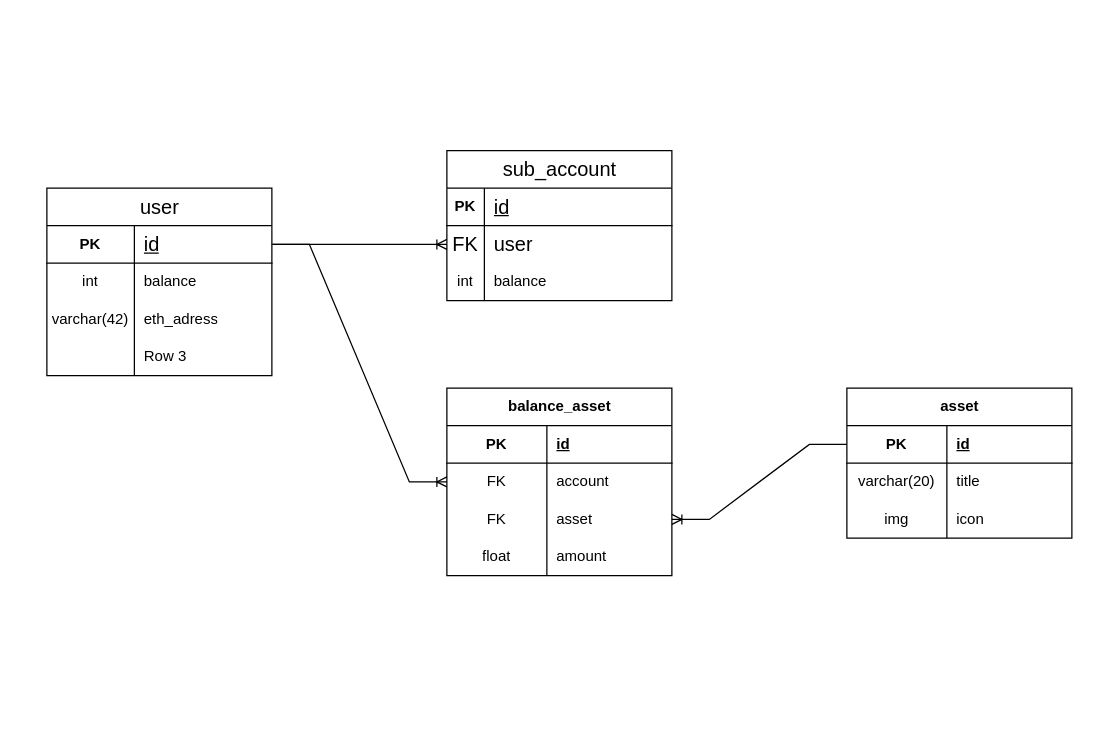
This is dCEX_ER.drawio from on3ginnn/DCEX, a draw.io file, before an edit. Source tidied: cells renumbered, new cells numbered last; positions are measured from the earlier drawing's top-left corner, leaving out a move shared by most shapes. Both pictures are drawn from the tidied source at 125%, with x=0, y=0 at pixel (46, 150).
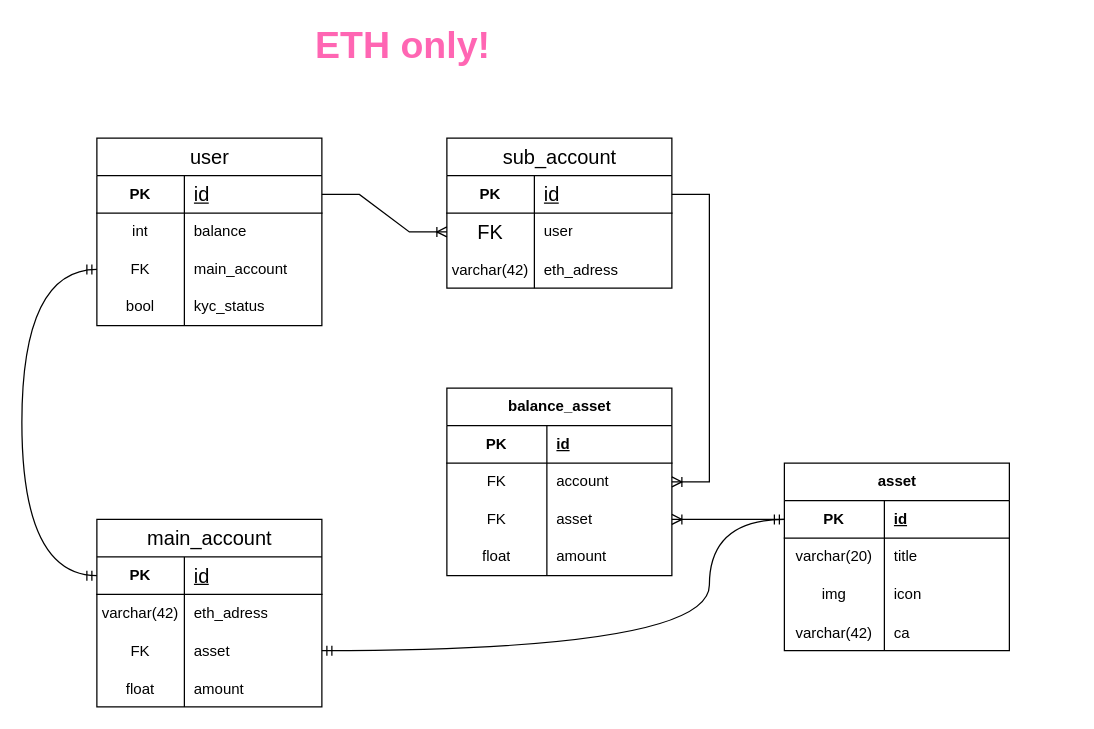
The same diagram, later.

The change refers to these unchanged cells:
```xml
<mxCell id="3" style="shape=tableRow;horizontal=0;startSize=0;swimlaneHead=0;swimlaneBody=0;fillColor=none;points=[[0,0.5],[1,0.5]];portConstraint=eastwest;top=0;left=0;right=0;bottom=1;" parent="2" vertex="1">
  <mxGeometry y="30" width="180" height="30" as="geometry" />
</mxCell>
<mxCell id="9" style="shape=tableRow;horizontal=0;startSize=0;swimlaneHead=0;swimlaneBody=0;fillColor=none;points=[[0,0.5],[1,0.5]];portConstraint=eastwest;top=0;left=0;right=0;bottom=0;" parent="2" vertex="1">
  <mxGeometry y="90" width="180" height="30" as="geometry" />
</mxCell>
<mxCell id="12" style="shape=tableRow;horizontal=0;startSize=0;swimlaneHead=0;swimlaneBody=0;fillColor=none;top=0;left=0;right=0;bottom=0;" parent="2" vertex="1">
  <mxGeometry y="120" width="180" height="30" as="geometry" />
</mxCell>
<mxCell id="16" style="shape=tableRow;horizontal=0;startSize=0;swimlaneHead=0;swimlaneBody=0;fillColor=none;points=[[0,0.5],[1,0.5]];portConstraint=eastwest;top=0;left=0;right=0;bottom=1;" parent="15" vertex="1">
  <mxGeometry y="30" width="180" height="30" as="geometry" />
</mxCell>
<mxCell id="19" style="shape=tableRow;horizontal=0;startSize=0;swimlaneHead=0;swimlaneBody=0;fillColor=none;points=[[0,0.5],[1,0.5]];portConstraint=eastwest;top=0;left=0;right=0;bottom=0;" parent="15" vertex="1">
  <mxGeometry y="60" width="180" height="30" as="geometry" />
</mxCell>
<mxCell id="30" style="shape=tableRow;horizontal=0;startSize=0;swimlaneHead=0;swimlaneBody=0;fillColor=none;points=[[0,0.5],[1,0.5]];portConstraint=eastwest;top=0;left=0;right=0;bottom=0;" parent="26" vertex="1">
  <mxGeometry y="60" width="180" height="30" as="geometry" />
</mxCell>
<mxCell id="33" style="shape=tableRow;horizontal=0;startSize=0;swimlaneHead=0;swimlaneBody=0;fillColor=none;points=[[0,0.5],[1,0.5]];portConstraint=eastwest;top=0;left=0;right=0;bottom=0;" parent="26" vertex="1">
  <mxGeometry y="90" width="180" height="30" as="geometry" />
</mxCell>
<mxCell id="41" style="shape=tableRow;horizontal=0;startSize=0;swimlaneHead=0;swimlaneBody=0;fillColor=none;points=[[0,0.5],[1,0.5]];portConstraint=eastwest;top=0;left=0;right=0;bottom=1;" parent="40" vertex="1">
  <mxGeometry y="30" width="180" height="30" as="geometry" />
</mxCell>
```

Diff of the diagram source:
```diff
@@
     <mxCell id="2" value="&lt;span style=&quot;font-size: 16px; font-weight: 400;&quot;&gt;user&lt;/span&gt;" style="shape=table;startSize=30;childLayout=tableLayout;rowLines=0;fontStyle=1;align=center;html=1;" parent="1" vertex="1">
-      <mxGeometry y="30" width="180" height="150" as="geometry" />
+      <mxGeometry x="40" y="-10" width="180" height="150" as="geometry" />
     </mxCell>
@@
-    <mxCell id="10" value="varchar(42)" style="shape=partialRectangle;fillColor=none;top=0;left=0;bottom=0;right=0;overflow=hidden;whiteSpace=wrap;html=1;" parent="9" vertex="1">
+    <mxCell id="10" value="FK" style="shape=partialRectangle;fillColor=none;top=0;left=0;bottom=0;right=0;overflow=hidden;whiteSpace=wrap;html=1;" parent="9" vertex="1">
       <mxGeometry width="70" height="30" as="geometry" />
     </mxCell>
-    <mxCell id="11" value="eth_adress" style="shape=partialRectangle;fillColor=none;top=0;left=0;bottom=0;right=0;align=left;spacingLeft=6;overflow=hidden;whiteSpace=wrap;html=1;" parent="9" vertex="1">
+    <mxCell id="11" value="&lt;span style=&quot;text-align: center; white-space: nowrap;&quot;&gt;&lt;font style=&quot;font-size: 12px;&quot;&gt;main_account&lt;/font&gt;&lt;/span&gt;" style="shape=partialRectangle;fillColor=none;top=0;left=0;bottom=0;right=0;align=left;spacingLeft=6;overflow=hidden;whiteSpace=wrap;html=1;" parent="9" vertex="1">
       <mxGeometry x="70" width="110" height="30" as="geometry" />
     </mxCell>
@@
-    <mxCell id="13" style="shape=partialRectangle;fillColor=none;top=0;left=0;bottom=0;right=0;overflow=hidden;whiteSpace=wrap;html=1;" parent="12" vertex="1">
+    <mxCell id="13" value="bool" style="shape=partialRectangle;fillColor=none;top=0;left=0;bottom=0;right=0;overflow=hidden;whiteSpace=wrap;html=1;" parent="12" vertex="1">
       <mxGeometry width="70" height="30" as="geometry" />
     </mxCell>
-    <mxCell id="14" value="Row 3" style="shape=partialRectangle;fillColor=none;top=0;left=0;bottom=0;right=0;align=left;spacingLeft=6;overflow=hidden;whiteSpace=wrap;html=1;" parent="12" vertex="1">
+    <mxCell id="14" value="kyc_status" style="shape=partialRectangle;fillColor=none;top=0;left=0;bottom=0;right=0;align=left;spacingLeft=6;overflow=hidden;whiteSpace=wrap;html=1;" parent="12" vertex="1">
       <mxGeometry x="70" width="110" height="30" as="geometry" />
     </mxCell>
     <mxCell id="15" value="&lt;span style=&quot;font-size: 16px; font-weight: 400;&quot;&gt;sub_account&lt;/span&gt;" style="shape=table;startSize=30;childLayout=tableLayout;rowLines=0;fontStyle=1;align=center;html=1;" parent="1" vertex="1">
-      <mxGeometry x="320" width="180" height="120" as="geometry" />
+      <mxGeometry x="320" y="-10" width="180" height="120" as="geometry" />
     </mxCell>
@@
     <mxCell id="17" value="PK" style="shape=partialRectangle;fillColor=none;top=0;left=0;bottom=0;right=0;fontStyle=1;overflow=hidden;whiteSpace=wrap;html=1;" parent="16" vertex="1">
-      <mxGeometry width="30" height="30" as="geometry" />
+      <mxGeometry width="70" height="30" as="geometry" />
     </mxCell>
     <mxCell id="18" value="&lt;span style=&quot;font-size: 16px; font-weight: 400;&quot;&gt;id&lt;/span&gt;" style="shape=partialRectangle;fillColor=none;top=0;left=0;bottom=0;right=0;align=left;spacingLeft=6;fontStyle=5;overflow=hidden;whiteSpace=wrap;html=1;" parent="16" vertex="1">
-      <mxGeometry x="30" width="150" height="30" as="geometry" />
+      <mxGeometry x="70" width="110" height="30" as="geometry" />
     </mxCell>
@@
     <mxCell id="20" value="&lt;span style=&quot;font-size: 16px;&quot;&gt;FK&lt;/span&gt;" style="shape=partialRectangle;fillColor=none;top=0;left=0;bottom=0;right=0;overflow=hidden;whiteSpace=wrap;html=1;" parent="19" vertex="1">
-      <mxGeometry width="30" height="30" as="geometry" />
+      <mxGeometry width="70" height="30" as="geometry" />
     </mxCell>
-    <mxCell id="21" value="&lt;span style=&quot;font-size: 16px;&quot;&gt;user&lt;/span&gt;" style="shape=partialRectangle;fillColor=none;top=0;left=0;bottom=0;right=0;align=left;spacingLeft=6;overflow=hidden;whiteSpace=wrap;html=1;" parent="19" vertex="1">
-      <mxGeometry x="30" width="150" height="30" as="geometry" />
+    <mxCell id="21" value="&lt;font style=&quot;font-size: 12px;&quot;&gt;user&lt;/font&gt;" style="shape=partialRectangle;fillColor=none;top=0;left=0;bottom=0;right=0;align=left;spacingLeft=6;overflow=hidden;whiteSpace=wrap;html=1;" parent="19" vertex="1">
+      <mxGeometry x="70" width="110" height="30" as="geometry" />
     </mxCell>
-    <mxCell id="22" style="shape=tableRow;horizontal=0;startSize=0;swimlaneHead=0;swimlaneBody=0;fillColor=none;top=0;left=0;right=0;bottom=0;" parent="15" vertex="1">
-      <mxGeometry y="90" width="180" height="30" as="geometry" />
-    </mxCell>
-    <mxCell id="23" value="int" style="shape=partialRectangle;fillColor=none;top=0;left=0;bottom=0;right=0;overflow=hidden;whiteSpace=wrap;html=1;" parent="22" vertex="1">
-      <mxGeometry width="30" height="30" as="geometry" />
-    </mxCell>
-    <mxCell id="24" value="balance" style="shape=partialRectangle;fillColor=none;top=0;left=0;bottom=0;right=0;align=left;spacingLeft=6;overflow=hidden;whiteSpace=wrap;html=1;" parent="22" vertex="1">
-      <mxGeometry x="30" width="150" height="30" as="geometry" />
-    </mxCell>
+    <mxCell id="51" style="shape=tableRow;horizontal=0;startSize=0;swimlaneHead=0;swimlaneBody=0;fillColor=none;top=0;left=0;right=0;bottom=0;" parent="15" vertex="1">
+      <mxGeometry y="90" width="180" height="30" as="geometry" />
+    </mxCell>
+    <mxCell id="52" value="varchar(42)" style="shape=partialRectangle;fillColor=none;top=0;left=0;bottom=0;right=0;overflow=hidden;" parent="51" vertex="1">
+      <mxGeometry width="70" height="30" as="geometry" />
+    </mxCell>
+    <mxCell id="53" value="eth_adress" style="shape=partialRectangle;fillColor=none;top=0;left=0;bottom=0;right=0;align=left;spacingLeft=6;overflow=hidden;" parent="51" vertex="1">
+      <mxGeometry x="70" width="110" height="30" as="geometry" />
+    </mxCell>
@@
-    <mxCell id="39" style="edgeStyle=entityRelationEdgeStyle;fontSize=12;html=1;endArrow=ERoneToMany;rounded=0;exitX=1;exitY=0.5;exitDx=0;exitDy=0;entryX=0;entryY=0.5;entryDx=0;entryDy=0;" parent="1" edge="1" source="3" target="30">
+    <mxCell id="39" style="edgeStyle=entityRelationEdgeStyle;fontSize=12;html=1;endArrow=ERoneToMany;rounded=0;entryX=1;entryY=0.5;entryDx=0;entryDy=0;exitX=1;exitY=0.5;exitDx=0;exitDy=0;" parent="1" edge="1" source="16" target="30">
       <mxGeometry relative="1" as="geometry" />
     </mxCell>
+    <mxCell id="50" style="edgeStyle=entityRelationEdgeStyle;fontSize=12;html=1;endArrow=ERoneToMany;rounded=0;entryX=1;entryY=0.5;entryDx=0;entryDy=0;exitX=0;exitY=0.5;exitDx=0;exitDy=0;" parent="1" edge="1" source="41" target="33">
+      <mxGeometry relative="1" as="geometry" />
+    </mxCell>
     <mxCell id="40" value="asset" style="shape=table;startSize=30;childLayout=tableLayout;rowLines=0;fontStyle=1;align=center;html=1;" parent="1" vertex="1">
-      <mxGeometry x="640" y="190" width="180" height="120" as="geometry" />
+      <mxGeometry x="590" y="250" width="180" height="150" as="geometry" />
     </mxCell>
@@
-    <mxCell id="50" style="edgeStyle=entityRelationEdgeStyle;fontSize=12;html=1;endArrow=ERoneToMany;rounded=0;entryX=1;entryY=0.5;entryDx=0;entryDy=0;exitX=0;exitY=0.5;exitDx=0;exitDy=0;" parent="1" edge="1" source="41" target="33">
-      <mxGeometry relative="1" as="geometry" />
-    </mxCell>
+    <mxCell id="54" style="shape=tableRow;horizontal=0;startSize=0;swimlaneHead=0;swimlaneBody=0;fillColor=none;top=0;left=0;right=0;bottom=0;" parent="40" vertex="1">
+      <mxGeometry y="120" width="180" height="30" as="geometry" />
+    </mxCell>
+    <mxCell id="55" value="varchar(42)" style="shape=partialRectangle;fillColor=none;top=0;left=0;bottom=0;right=0;overflow=hidden;" parent="54" vertex="1">
+      <mxGeometry width="80" height="30" as="geometry" />
+    </mxCell>
+    <mxCell id="56" value="ca" style="shape=partialRectangle;fillColor=none;top=0;left=0;bottom=0;right=0;align=left;spacingLeft=6;overflow=hidden;" parent="54" vertex="1">
+      <mxGeometry x="80" width="100" height="30" as="geometry" />
+    </mxCell>
+    <mxCell id="57" value="&lt;span style=&quot;font-size: 16px; font-weight: 400;&quot;&gt;main_account&lt;/span&gt;" style="shape=table;startSize=30;childLayout=tableLayout;rowLines=0;fontStyle=1;align=center;html=1;" parent="1" vertex="1">
+      <mxGeometry x="40" y="295" width="180" height="150" as="geometry" />
+    </mxCell>
+    <mxCell id="58" style="shape=tableRow;horizontal=0;startSize=0;swimlaneHead=0;swimlaneBody=0;fillColor=none;points=[[0,0.5],[1,0.5]];portConstraint=eastwest;top=0;left=0;right=0;bottom=1;" parent="57" vertex="1">
+      <mxGeometry y="30" width="180" height="30" as="geometry" />
+    </mxCell>
+    <mxCell id="59" value="PK" style="shape=partialRectangle;fillColor=none;top=0;left=0;bottom=0;right=0;fontStyle=1;overflow=hidden;whiteSpace=wrap;html=1;" parent="58" vertex="1">
+      <mxGeometry width="70" height="30" as="geometry" />
+    </mxCell>
+    <mxCell id="60" value="&lt;span style=&quot;font-size: 16px; font-weight: 400;&quot;&gt;id&lt;/span&gt;" style="shape=partialRectangle;fillColor=none;top=0;left=0;bottom=0;right=0;align=left;spacingLeft=6;fontStyle=5;overflow=hidden;whiteSpace=wrap;html=1;" parent="58" vertex="1">
+      <mxGeometry x="70" width="110" height="30" as="geometry" />
+    </mxCell>
+    <mxCell id="61" style="shape=tableRow;horizontal=0;startSize=0;swimlaneHead=0;swimlaneBody=0;fillColor=none;top=0;left=0;right=0;bottom=0;" parent="57" vertex="1">
+      <mxGeometry y="60" width="180" height="30" as="geometry" />
+    </mxCell>
+    <mxCell id="62" value="varchar(42)" style="shape=partialRectangle;fillColor=none;top=0;left=0;bottom=0;right=0;fontStyle=0;overflow=hidden;whiteSpace=wrap;html=1;" parent="61" vertex="1">
+      <mxGeometry width="70" height="30" as="geometry" />
+    </mxCell>
+    <mxCell id="63" value="eth_adress" style="shape=partialRectangle;fillColor=none;top=0;left=0;bottom=0;right=0;align=left;spacingLeft=6;fontStyle=0;overflow=hidden;whiteSpace=wrap;html=1;" parent="61" vertex="1">
+      <mxGeometry x="70" width="110" height="30" as="geometry" />
+    </mxCell>
+    <mxCell id="64" style="shape=tableRow;horizontal=0;startSize=0;swimlaneHead=0;swimlaneBody=0;fillColor=none;points=[[0,0.5],[1,0.5]];portConstraint=eastwest;top=0;left=0;right=0;bottom=0;" parent="57" vertex="1">
+      <mxGeometry y="90" width="180" height="30" as="geometry" />
+    </mxCell>
+    <mxCell id="65" value="FK" style="shape=partialRectangle;fillColor=none;top=0;left=0;bottom=0;right=0;overflow=hidden;" parent="64" vertex="1">
+      <mxGeometry width="70" height="30" as="geometry" />
+    </mxCell>
+    <mxCell id="66" value="asset" style="shape=partialRectangle;fillColor=none;top=0;left=0;bottom=0;right=0;align=left;spacingLeft=6;overflow=hidden;" parent="64" vertex="1">
+      <mxGeometry x="70" width="110" height="30" as="geometry" />
+    </mxCell>
+    <mxCell id="67" style="shape=tableRow;horizontal=0;startSize=0;swimlaneHead=0;swimlaneBody=0;fillColor=none;top=0;left=0;right=0;bottom=0;" parent="57" vertex="1">
+      <mxGeometry y="120" width="180" height="30" as="geometry" />
+    </mxCell>
+    <mxCell id="68" value="float" style="shape=partialRectangle;fillColor=none;top=0;left=0;bottom=0;right=0;overflow=hidden;" parent="67" vertex="1">
+      <mxGeometry width="70" height="30" as="geometry" />
+    </mxCell>
+    <mxCell id="69" value="amount" style="shape=partialRectangle;fillColor=none;top=0;left=0;bottom=0;right=0;align=left;spacingLeft=6;overflow=hidden;" parent="67" vertex="1">
+      <mxGeometry x="70" width="110" height="30" as="geometry" />
+    </mxCell>
+    <mxCell id="70" style="edgeStyle=orthogonalEdgeStyle;fontSize=12;html=1;endArrow=ERmandOne;startArrow=ERmandOne;rounded=0;exitX=0;exitY=0.5;exitDx=0;exitDy=0;entryX=0;entryY=0.5;entryDx=0;entryDy=0;curved=1;" parent="1" edge="1" source="9" target="58">
+      <mxGeometry relative="1" as="geometry">
+        <Array as="points">
+          <mxPoint x="-20" y="95" />
+          <mxPoint x="-20" y="340" />
+        </Array>
+      </mxGeometry>
+    </mxCell>
+    <mxCell id="71" value="ETH only!" style="text;html=1;align=center;verticalAlign=middle;whiteSpace=wrap;rounded=0;fontSize=30;fontStyle=1;fontColor=#FF66B3;" parent="1" vertex="1">
+      <mxGeometry x="150" y="-100" width="270" height="30" as="geometry" />
+    </mxCell>
+    <mxCell id="72" style="edgeStyle=orthogonalEdgeStyle;fontSize=12;html=1;endArrow=ERmandOne;startArrow=ERmandOne;rounded=0;exitX=1;exitY=0.5;exitDx=0;exitDy=0;entryX=0;entryY=0.5;entryDx=0;entryDy=0;curved=1;" parent="1" edge="1" source="64" target="41">
+      <mxGeometry relative="1" as="geometry">
+        <Array as="points">
+          <mxPoint x="530" y="400" />
+          <mxPoint x="530" y="295" />
+        </Array>
+      </mxGeometry>
+    </mxCell>
```
